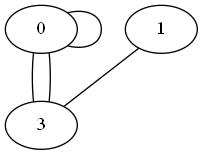
This is pngs/graph.png from Random-09/Kvasov_Andrey_IU4_23B_RK3, a Graphviz export, as it was before one commit. Its source is kept beside it as dot/graph.dot. Source of this version:
```dot
digraph G {
	edge[dir=none]
	0 -> 0
	0 -> 3
	0 -> 3
	1 -> 3
}
```
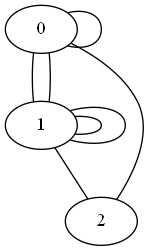
Above is the later version.

Commit message:
draw graph works even better

The edit, as a diff of the source:
```diff
@@ -1,7 +1,10 @@
 digraph G {
 	edge[dir=none]
 	0 -> 0
-	0 -> 3
-	0 -> 3
-	1 -> 3
+	0 -> 1
+	0 -> 1
+	0 -> 2
+	1 -> 1
+	1 -> 1
+	1 -> 2
 }
```
